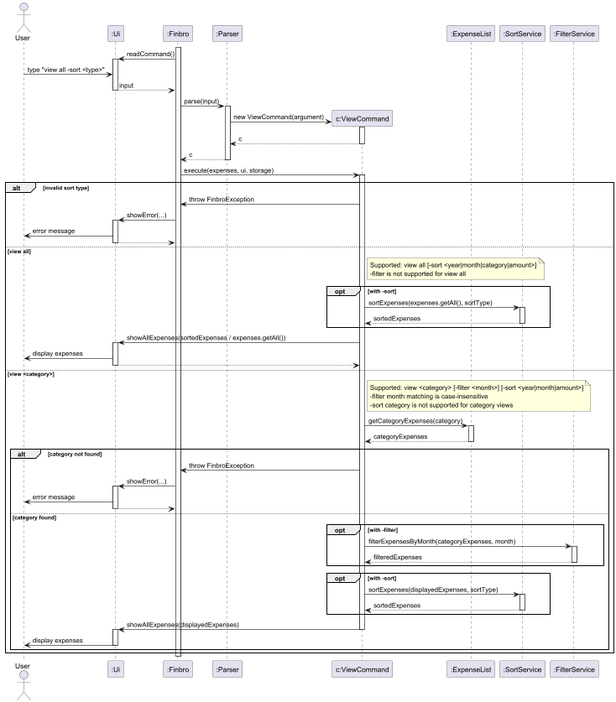
This is docs/UML_diagrams/images/ViewCommand_Advanced.png from zihaoalt/tp, a PlantUML export, as it was before one commit.
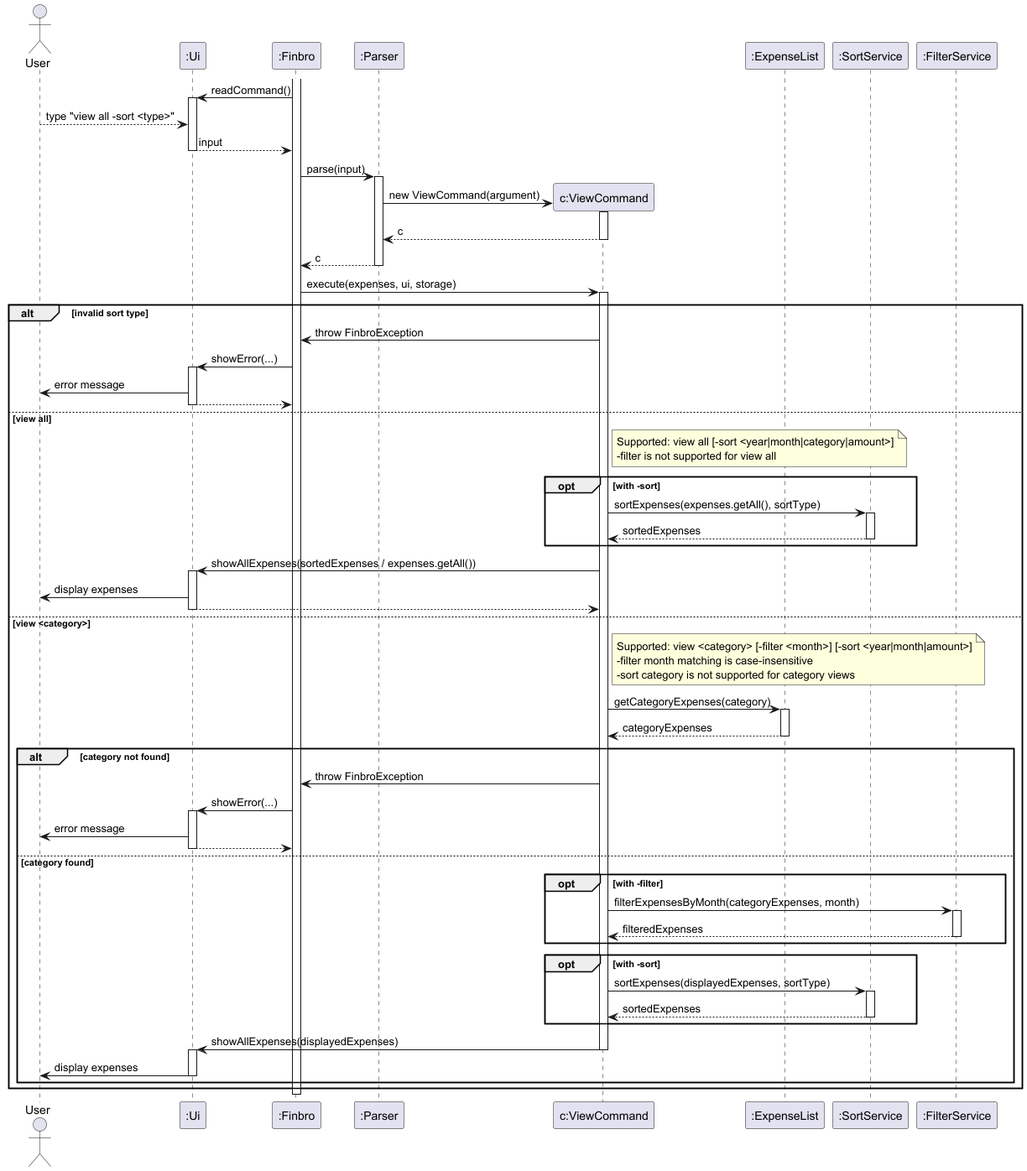
After the change.

The edit, as a diff of the source:
```diff
@@ -12,7 +12,7 @@
 activate ":Finbro"
 ":Finbro" -> ":Ui" : readCommand()
 activate ":Ui"
-User -> ":Ui" : type "view all -sort <type>"
+User --> ":Ui" : type "view all -sort <type>"
 ":Ui" --> ":Finbro" : input
 deactivate ":Ui"
 
```
